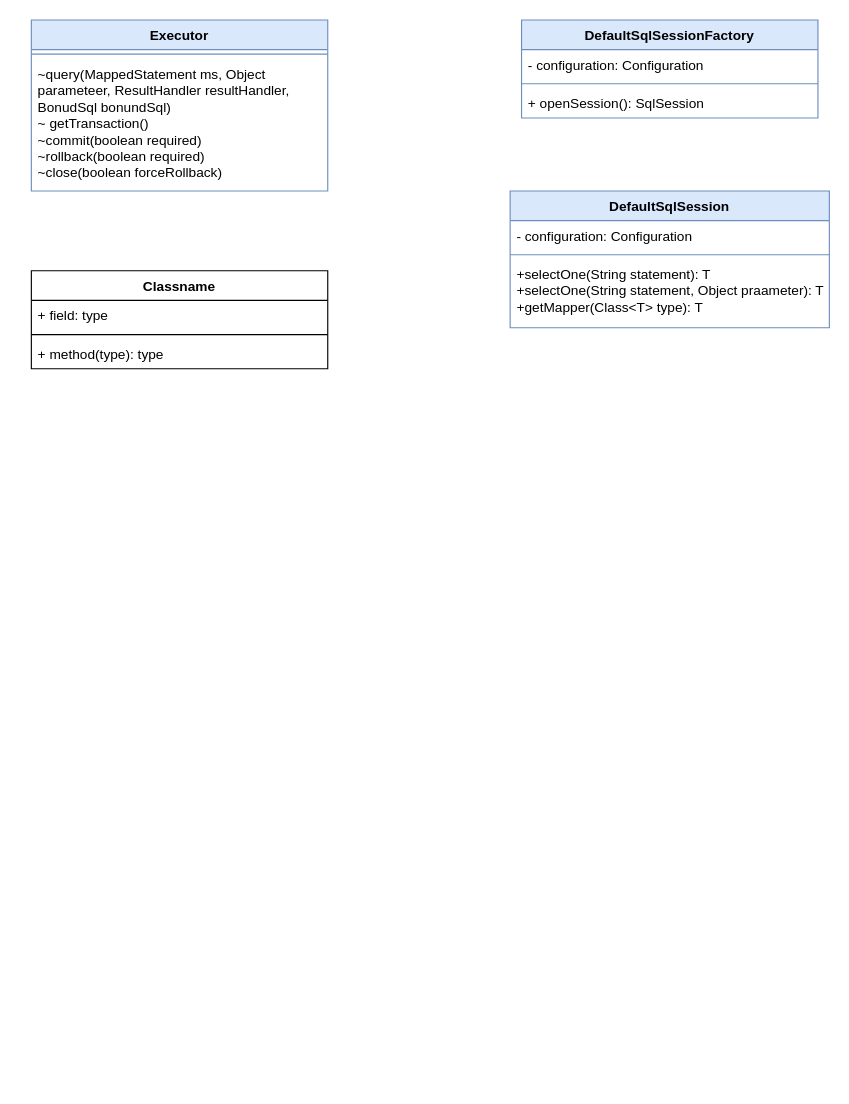
The draw.io diagram 第六章：SQL执行器的定义和实现.drawio in weixiaojian/draw-io-lib, before the edit. Source tidied: cells renumbered, new cells numbered last; positions are measured from the earlier drawing's top-left corner, leaving out a move shared by most shapes. Both pictures are drawn from the tidied source at 114%, with x=0, y=0 at pixel (31, 19).
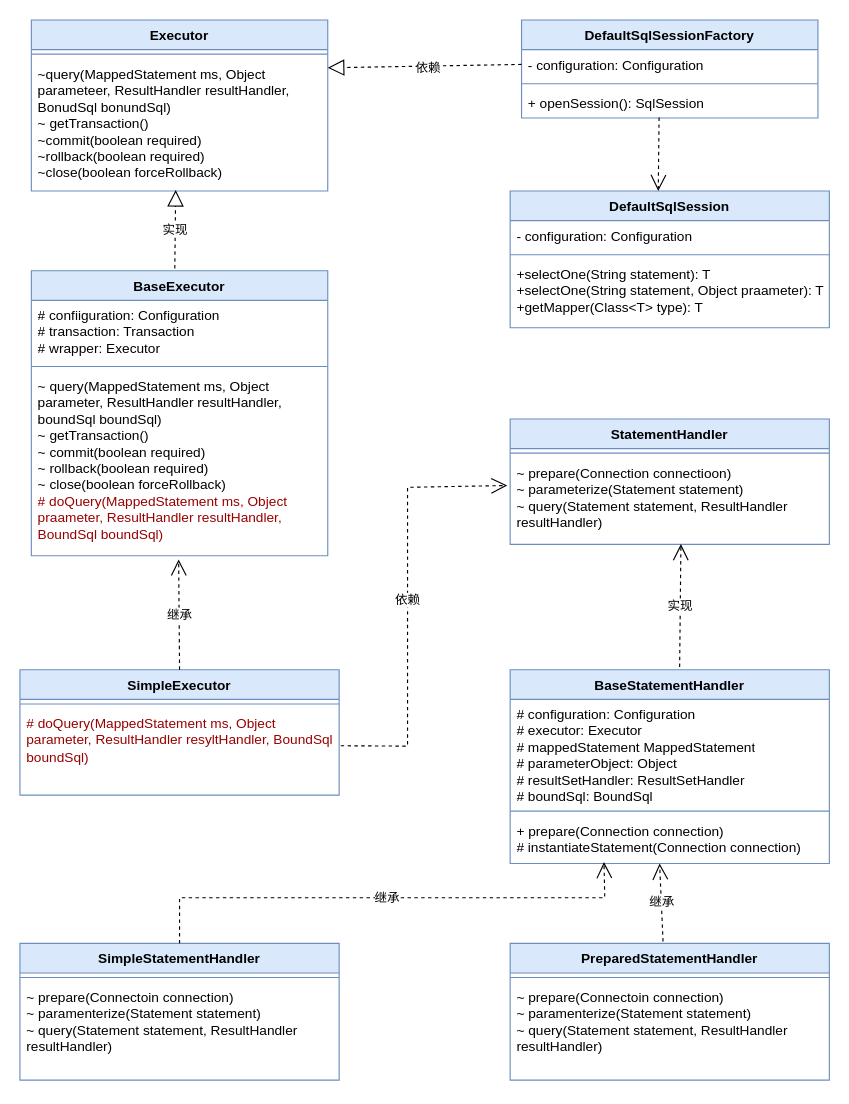
Above is the later version.

Commit message:
更新第六章：SQL执行器的定义和实现.drawio

Unchanged cells that the change refers to:
```xml
<mxCell id="3" value="- configuration: Configuration" style="text;strokeColor=none;fillColor=none;align=left;verticalAlign=top;spacingLeft=4;spacingRight=4;overflow=hidden;points=[[0,0.5],[1,0.5]];portConstraint=eastwest;whiteSpace=wrap;html=1;" parent="2" vertex="1">
  <mxGeometry y="26" width="260" height="26" as="geometry" />
</mxCell>
<mxCell id="5" value="+ openSession(): SqlSession" style="text;strokeColor=none;fillColor=none;align=left;verticalAlign=top;spacingLeft=4;spacingRight=4;overflow=hidden;points=[[0,0.5],[1,0.5]];portConstraint=eastwest;whiteSpace=wrap;html=1;" parent="2" vertex="1">
  <mxGeometry y="60" width="260" height="26" as="geometry" />
</mxCell>
<mxCell id="6" value="DefaultSqlSession" style="swimlane;fontStyle=1;align=center;verticalAlign=top;horizontal=1;startSize=26;whiteSpace=wrap;html=1;fillColor=#dae8fc;strokeColor=#6c8ebf;" parent="1" vertex="1">
  <mxGeometry x="420" y="150" width="280" height="120" as="geometry" />
</mxCell>
<mxCell id="12" value="~query(MappedStatement ms, Object parameteer, ResultHandler resultHandler, BonudSql bonundSql)&lt;br&gt;~ getTransaction()&lt;br&gt;~commit(boolean required)&lt;br&gt;~rollback(boolean required)&lt;br&gt;~close(boolean forceRollback)" style="text;strokeColor=none;fillColor=none;align=left;verticalAlign=top;spacingLeft=4;spacingRight=4;overflow=hidden;points=[[0,0.5],[1,0.5]];portConstraint=eastwest;whiteSpace=wrap;html=1;" parent="10" vertex="1">
  <mxGeometry y="34" width="260" height="116" as="geometry" />
</mxCell>
```

Diff of the diagram source:
```diff
@@
-    <mxCell id="13" value="Classname" style="swimlane;fontStyle=1;align=center;verticalAlign=top;horizontal=1;startSize=26;whiteSpace=wrap;html=1;" parent="1" vertex="1">
-      <mxGeometry y="220" width="260" height="86" as="geometry" />
+    <mxCell id="13" value="BaseExecutor" style="swimlane;fontStyle=1;align=center;verticalAlign=top;horizontal=1;startSize=26;whiteSpace=wrap;html=1;fillColor=#dae8fc;strokeColor=#6c8ebf;" parent="1" vertex="1">
+      <mxGeometry y="220" width="260" height="250" as="geometry" />
     </mxCell>
-    <mxCell id="14" value="+ field: type" style="text;strokeColor=none;fillColor=none;align=left;verticalAlign=top;spacingLeft=4;spacingRight=4;overflow=hidden;whiteSpace=wrap;html=1;" parent="13" vertex="1">
-      <mxGeometry y="26" width="260" height="26" as="geometry" />
+    <mxCell id="14" value="# confiiguration: Configuration&lt;br&gt;# transaction: Transaction&lt;br&gt;# wrapper: Executor" style="text;strokeColor=none;fillColor=none;align=left;verticalAlign=top;spacingLeft=4;spacingRight=4;overflow=hidden;whiteSpace=wrap;html=1;" parent="13" vertex="1">
+      <mxGeometry y="26" width="260" height="54" as="geometry" />
     </mxCell>
     <mxCell id="15" style="line;strokeWidth=1;fillColor=none;align=left;verticalAlign=middle;spacingTop=-1;spacingLeft=3;spacingRight=3;labelPosition=right;strokeColor=inherit;" parent="13" vertex="1">
-      <mxGeometry y="52" width="260" height="8" as="geometry" />
+      <mxGeometry y="80" width="260" height="8" as="geometry" />
     </mxCell>
-    <mxCell id="16" value="+ method(type): type" style="text;strokeColor=none;fillColor=none;align=left;verticalAlign=top;spacingLeft=4;spacingRight=4;overflow=hidden;points=[[0,0.5],[1,0.5]];portConstraint=eastwest;whiteSpace=wrap;html=1;" parent="13" vertex="1">
-      <mxGeometry y="60" width="260" height="26" as="geometry" />
+    <mxCell id="16" value="~ query(MappedStatement ms, Object parameter, ResultHandler resultHandler, boundSql boundSql)&lt;br&gt;~ getTransaction()&lt;br&gt;~ commit(boolean required)&lt;br&gt;~ rollback(boolean required)&lt;br&gt;~ close(boolean forceRollback)&lt;br&gt;&lt;font color=&quot;#990000&quot;&gt;# doQuery(MappedStatement ms, Object praameter, ResultHandler resultHandler, BoundSql boundSql)&lt;/font&gt;" style="text;strokeColor=none;fillColor=none;align=left;verticalAlign=top;spacingLeft=4;spacingRight=4;overflow=hidden;points=[[0,0.5],[1,0.5]];portConstraint=eastwest;whiteSpace=wrap;html=1;" parent="13" vertex="1">
+      <mxGeometry y="88" width="260" height="162" as="geometry" />
     </mxCell>
+    <mxCell id="17" value="StatementHandler" style="swimlane;fontStyle=1;align=center;verticalAlign=top;horizontal=1;startSize=26;whiteSpace=wrap;html=1;fillColor=#dae8fc;strokeColor=#6c8ebf;" parent="1" vertex="1">
+      <mxGeometry x="420" y="350" width="280" height="110" as="geometry" />
+    </mxCell>
+    <mxCell id="18" style="line;strokeWidth=1;fillColor=none;align=left;verticalAlign=middle;spacingTop=-1;spacingLeft=3;spacingRight=3;labelPosition=right;strokeColor=inherit;" parent="17" vertex="1">
+      <mxGeometry y="26" width="280" height="8" as="geometry" />
+    </mxCell>
+    <mxCell id="19" value="~ prepare(Connection connectioon)&lt;br&gt;~ parameterize(Statement statement)&lt;br&gt;~ query(Statement statement, ResultHandler resultHandler)" style="text;strokeColor=none;fillColor=none;align=left;verticalAlign=top;spacingLeft=4;spacingRight=4;overflow=hidden;points=[[0,0.5],[1,0.5]];portConstraint=eastwest;whiteSpace=wrap;html=1;" parent="17" vertex="1">
+      <mxGeometry y="34" width="280" height="76" as="geometry" />
+    </mxCell>
+    <mxCell id="20" value="SimpleExecutor" style="swimlane;fontStyle=1;align=center;verticalAlign=top;horizontal=1;startSize=26;whiteSpace=wrap;html=1;fillColor=#dae8fc;strokeColor=#6c8ebf;" parent="1" vertex="1">
+      <mxGeometry x="-10" y="570" width="280" height="110" as="geometry" />
+    </mxCell>
+    <mxCell id="21" style="line;strokeWidth=1;fillColor=none;align=left;verticalAlign=middle;spacingTop=-1;spacingLeft=3;spacingRight=3;labelPosition=right;strokeColor=inherit;" parent="20" vertex="1">
+      <mxGeometry y="26" width="280" height="8" as="geometry" />
+    </mxCell>
+    <mxCell id="22" value="&lt;font color=&quot;#990000&quot;&gt;# doQuery(MappedStatement ms, Object parameter, ResultHandler resyltHandler, BoundSql boundSql)&lt;/font&gt;" style="text;strokeColor=none;fillColor=none;align=left;verticalAlign=top;spacingLeft=4;spacingRight=4;overflow=hidden;points=[[0,0.5],[1,0.5]];portConstraint=eastwest;whiteSpace=wrap;html=1;" parent="20" vertex="1">
+      <mxGeometry y="34" width="280" height="76" as="geometry" />
+    </mxCell>
+    <mxCell id="23" value="BaseStatementHandler" style="swimlane;fontStyle=1;align=center;verticalAlign=top;horizontal=1;startSize=26;whiteSpace=wrap;html=1;fillColor=#dae8fc;strokeColor=#6c8ebf;" parent="1" vertex="1">
+      <mxGeometry x="420" y="570" width="280" height="170" as="geometry" />
+    </mxCell>
+    <mxCell id="24" value="# configuration: Configuration&lt;br&gt;# executor: Executor&lt;br&gt;# mappedStatement MappedStatement&lt;br&gt;# parameterObject: Object&lt;br&gt;# resultSetHandler: ResultSetHandler&lt;br&gt;# boundSql: BoundSql" style="text;strokeColor=none;fillColor=none;align=left;verticalAlign=top;spacingLeft=4;spacingRight=4;overflow=hidden;whiteSpace=wrap;html=1;" parent="23" vertex="1">
+      <mxGeometry y="26" width="280" height="94" as="geometry" />
+    </mxCell>
+    <mxCell id="25" style="line;strokeWidth=1;fillColor=none;align=left;verticalAlign=middle;spacingTop=-1;spacingLeft=3;spacingRight=3;labelPosition=right;strokeColor=inherit;" parent="23" vertex="1">
+      <mxGeometry y="120" width="280" height="8" as="geometry" />
+    </mxCell>
+    <mxCell id="26" value="+ prepare(Connection connection)&lt;br&gt;# instantiateStatement(Connection connection)" style="text;strokeColor=none;fillColor=none;align=left;verticalAlign=top;spacingLeft=4;spacingRight=4;overflow=hidden;points=[[0,0.5],[1,0.5]];portConstraint=eastwest;whiteSpace=wrap;html=1;" parent="23" vertex="1">
+      <mxGeometry y="128" width="280" height="42" as="geometry" />
+    </mxCell>
+    <mxCell id="27" value="PreparedStatementHandler" style="swimlane;fontStyle=1;align=center;verticalAlign=top;horizontal=1;startSize=26;whiteSpace=wrap;html=1;fillColor=#dae8fc;strokeColor=#6c8ebf;" parent="1" vertex="1">
+      <mxGeometry x="420" y="810" width="280" height="120" as="geometry" />
+    </mxCell>
+    <mxCell id="28" style="line;strokeWidth=1;fillColor=none;align=left;verticalAlign=middle;spacingTop=-1;spacingLeft=3;spacingRight=3;labelPosition=right;strokeColor=inherit;" parent="27" vertex="1">
+      <mxGeometry y="26" width="280" height="8" as="geometry" />
+    </mxCell>
+    <mxCell id="29" value="~ prepare(Connectoin connection)&lt;br&gt;~ paramenterize(Statement statement)&lt;br&gt;~ query(Statement statement, ResultHandler resultHandler)" style="text;strokeColor=none;fillColor=none;align=left;verticalAlign=top;spacingLeft=4;spacingRight=4;overflow=hidden;whiteSpace=wrap;html=1;" parent="27" vertex="1">
+      <mxGeometry y="34" width="280" height="86" as="geometry" />
+    </mxCell>
+    <mxCell id="30" value="SimpleStatementHandler" style="swimlane;fontStyle=1;align=center;verticalAlign=top;horizontal=1;startSize=26;whiteSpace=wrap;html=1;fillColor=#dae8fc;strokeColor=#6c8ebf;" parent="1" vertex="1">
+      <mxGeometry x="-10" y="810" width="280" height="120" as="geometry" />
+    </mxCell>
+    <mxCell id="31" style="line;strokeWidth=1;fillColor=none;align=left;verticalAlign=middle;spacingTop=-1;spacingLeft=3;spacingRight=3;labelPosition=right;strokeColor=inherit;" parent="30" vertex="1">
+      <mxGeometry y="26" width="280" height="8" as="geometry" />
+    </mxCell>
+    <mxCell id="32" value="~ prepare(Connectoin connection)&lt;br&gt;~ paramenterize(Statement statement)&lt;br&gt;~ query(Statement statement, ResultHandler resultHandler)" style="text;strokeColor=none;fillColor=none;align=left;verticalAlign=top;spacingLeft=4;spacingRight=4;overflow=hidden;whiteSpace=wrap;html=1;" parent="30" vertex="1">
+      <mxGeometry y="34" width="280" height="86" as="geometry" />
+    </mxCell>
+    <mxCell id="33" style="endArrow=block;dashed=1;endFill=0;endSize=12;html=1;rounded=0;exitX=0;exitY=0.5;exitDx=0;exitDy=0;entryX=1;entryY=0.069;entryDx=0;entryDy=0;entryPerimeter=0;" parent="1" edge="1" source="3" target="12">
+      <mxGeometry relative="1" as="geometry" />
+    </mxCell>
+    <mxCell id="34" value="依赖" style="edgeLabel;html=1;align=center;verticalAlign=middle;" parent="33" vertex="1">
+      <mxGeometry x="-0.02" y="1" relative="1" as="geometry" />
+    </mxCell>
+    <mxCell id="35" style="endArrow=open;endSize=12;dashed=1;html=1;rounded=0;entryX=0.464;entryY=0;entryDx=0;entryDy=0;entryPerimeter=0;exitX=0.464;exitY=0.987;exitDx=0;exitDy=0;exitPerimeter=0;" parent="1" edge="1" source="5" target="6">
+      <mxGeometry relative="1" as="geometry" />
+    </mxCell>
+    <mxCell id="36" style="endArrow=block;dashed=1;endFill=0;endSize=12;html=1;rounded=0;exitX=0.484;exitY=-0.008;exitDx=0;exitDy=0;entryX=0.487;entryY=0.992;entryDx=0;entryDy=0;entryPerimeter=0;exitPerimeter=0;" parent="1" edge="1" source="13" target="12">
+      <mxGeometry relative="1" as="geometry" />
+    </mxCell>
+    <mxCell id="37" value="实现" style="edgeLabel;html=1;align=center;verticalAlign=middle;" parent="36" vertex="1">
+      <mxGeometry x="-0.02" y="1" relative="1" as="geometry" />
+    </mxCell>
+    <mxCell id="38" value="继承" style="endArrow=open;endSize=12;dashed=1;html=1;rounded=0;entryX=0.497;entryY=1.02;entryDx=0;entryDy=0;entryPerimeter=0;exitX=0.5;exitY=0;exitDx=0;exitDy=0;" parent="1" edge="1" source="20" target="16">
+      <mxGeometry relative="1" as="geometry" />
+    </mxCell>
+    <mxCell id="39" value="依赖" style="endArrow=open;endSize=12;dashed=1;html=1;rounded=0;entryX=-0.009;entryY=0.321;entryDx=0;entryDy=0;entryPerimeter=0;exitX=1.005;exitY=0.43;exitDx=0;exitDy=0;exitPerimeter=0;" parent="1" edge="1" source="22" target="19">
+      <mxGeometry relative="1" as="geometry">
+        <Array as="points">
+          <mxPoint x="330" y="637" />
+          <mxPoint x="330" y="410" />
+        </Array>
+      </mxGeometry>
+    </mxCell>
+    <mxCell id="40" value="实现" style="endArrow=open;endSize=12;dashed=1;html=1;rounded=0;entryX=0.497;entryY=1.02;entryDx=0;entryDy=0;entryPerimeter=0;exitX=0.531;exitY=-0.014;exitDx=0;exitDy=0;exitPerimeter=0;" parent="1" edge="1" source="23">
+      <mxGeometry relative="1" as="geometry">
+        <mxPoint x="569.8" y="459.8" as="targetPoint" />
+      </mxGeometry>
+    </mxCell>
+    <mxCell id="41" value="继承" style="endArrow=open;endSize=12;dashed=1;html=1;rounded=0;entryX=0.497;entryY=1.02;entryDx=0;entryDy=0;entryPerimeter=0;exitX=0.479;exitY=-0.014;exitDx=0;exitDy=0;exitPerimeter=0;" parent="1" edge="1" source="27">
+      <mxGeometry relative="1" as="geometry">
+        <mxPoint x="551.1" y="740" as="targetPoint" />
+      </mxGeometry>
+    </mxCell>
+    <mxCell id="42" value="继承" style="endArrow=open;endSize=12;dashed=1;html=1;rounded=0;entryX=0.294;entryY=0.97;entryDx=0;entryDy=0;entryPerimeter=0;exitX=0.5;exitY=0;exitDx=0;exitDy=0;" parent="1" edge="1" source="30" target="26">
+      <mxGeometry relative="1" as="geometry">
+        <Array as="points">
+          <mxPoint x="130" y="770" />
+          <mxPoint x="503" y="770" />
+        </Array>
+      </mxGeometry>
+    </mxCell>
```
